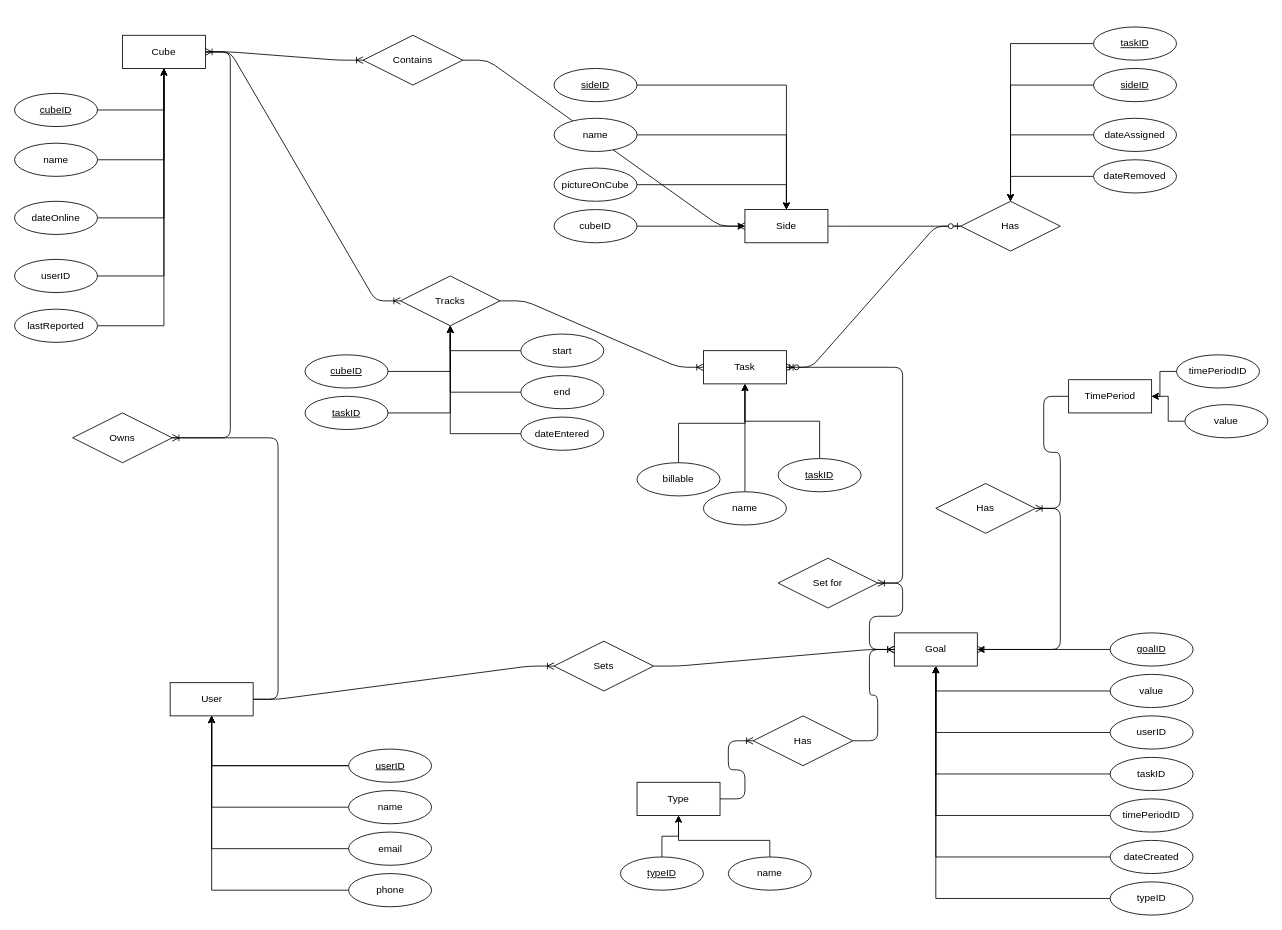
Earlier version of the draw.io diagram DB Class.drawio (diagonalwalnut/COMP3421). Source tidied: cells renumbered, new cells numbered last; positions are measured from the earlier drawing's top-left corner, leaving out a move shared by most shapes. Both pictures are drawn from the tidied source at 83%, with x=0, y=0 at pixel (14, 27).
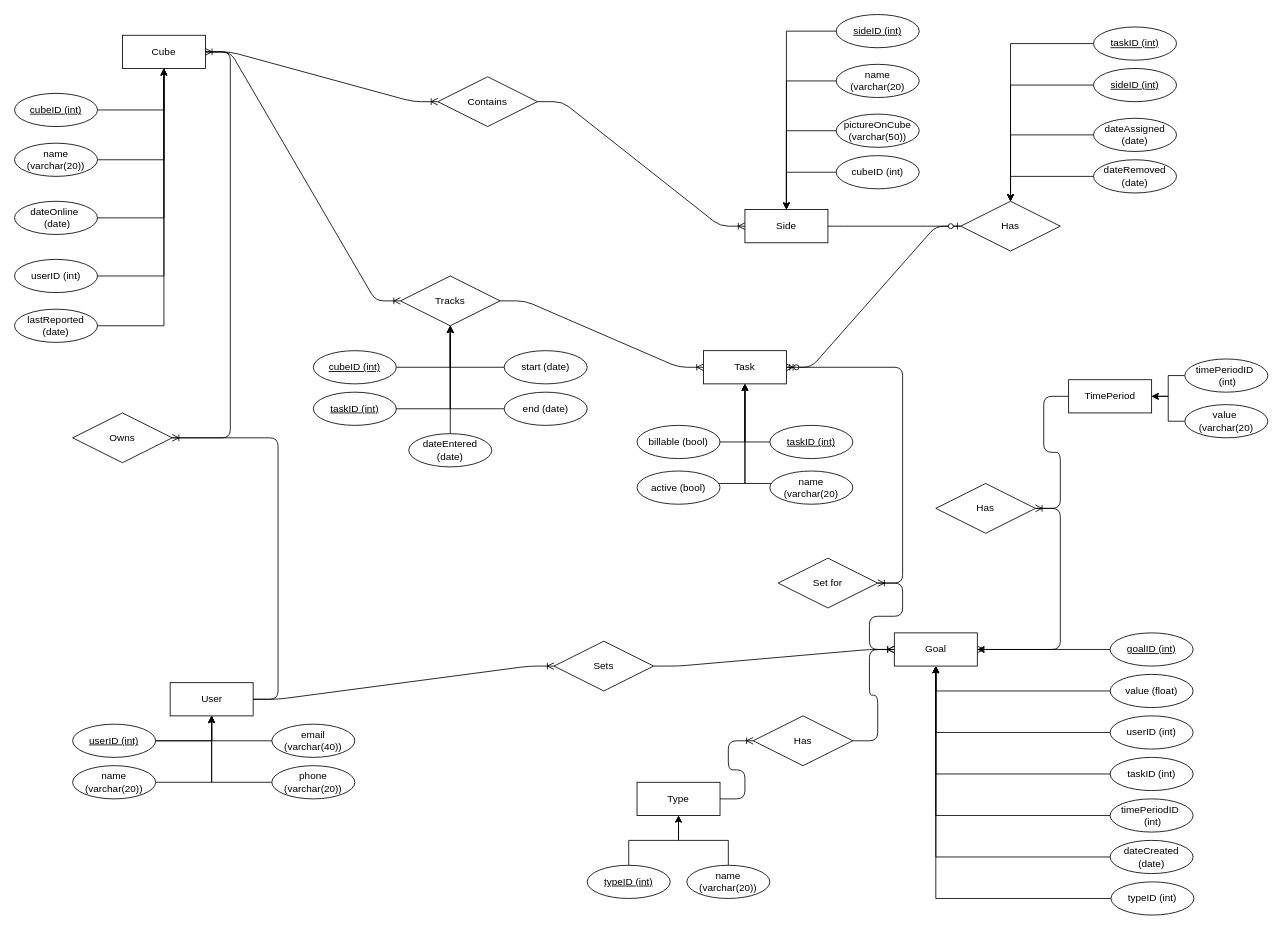
Above is the later version.

The change refers to these unchanged cells:
```xml
<mxCell id="25" value="Task" style="whiteSpace=wrap;html=1;align=center;" parent="1" vertex="1">
  <mxGeometry x="830" y="390" width="100" height="40" as="geometry" />
</mxCell>
<mxCell id="85" value="Type" style="whiteSpace=wrap;html=1;align=center;" parent="1" vertex="1">
  <mxGeometry x="750" y="910" width="100" height="40" as="geometry" />
</mxCell>
```

The edit, as a diff of the source:
```diff
@@
     <mxCell id="11" value="Contains" style="shape=rhombus;perimeter=rhombusPerimeter;whiteSpace=wrap;html=1;align=center;" parent="1" vertex="1">
-      <mxGeometry x="420" y="10" width="120" height="60" as="geometry" />
+      <mxGeometry x="510" y="60" width="120" height="60" as="geometry" />
     </mxCell>
@@
-    <mxCell id="14" value="pictureOnCube" style="ellipse;whiteSpace=wrap;html=1;align=center;" parent="1" vertex="1">
-      <mxGeometry x="650" y="170" width="100" height="40" as="geometry" />
+    <mxCell id="14" value="pictureOnCube (varchar(50))" style="ellipse;whiteSpace=wrap;html=1;align=center;" parent="1" vertex="1">
+      <mxGeometry x="990" y="105" width="100" height="40" as="geometry" />
     </mxCell>
@@
-    <mxCell id="16" value="name" style="ellipse;whiteSpace=wrap;html=1;align=center;" parent="1" vertex="1">
-      <mxGeometry x="650" y="110" width="100" height="40" as="geometry" />
+    <mxCell id="16" value="name (varchar(20)" style="ellipse;whiteSpace=wrap;html=1;align=center;" parent="1" vertex="1">
+      <mxGeometry x="990" y="45" width="100" height="40" as="geometry" />
     </mxCell>
@@
-    <mxCell id="18" value="cubeID" style="ellipse;whiteSpace=wrap;html=1;align=center;" parent="1" vertex="1">
-      <mxGeometry x="650" y="220" width="100" height="40" as="geometry" />
+    <mxCell id="18" value="cubeID (int)" style="ellipse;whiteSpace=wrap;html=1;align=center;" parent="1" vertex="1">
+      <mxGeometry x="990" y="155" width="100" height="40" as="geometry" />
     </mxCell>
@@
-    <mxCell id="21" value="sideID" style="ellipse;whiteSpace=wrap;html=1;align=center;fontStyle=4;" parent="1" vertex="1">
-      <mxGeometry x="650" y="50" width="100" height="40" as="geometry" />
+    <mxCell id="21" value="sideID (int)" style="ellipse;whiteSpace=wrap;html=1;align=center;fontStyle=4;" parent="1" vertex="1">
+      <mxGeometry x="990" y="-15" width="100" height="40" as="geometry" />
     </mxCell>
@@
-    <mxCell id="27" value="end" style="ellipse;whiteSpace=wrap;html=1;align=center;" parent="1" vertex="1">
-      <mxGeometry x="610" y="420" width="100" height="40" as="geometry" />
+    <mxCell id="27" value="end (date)" style="ellipse;whiteSpace=wrap;html=1;align=center;" parent="1" vertex="1">
+      <mxGeometry x="590" y="440" width="100" height="40" as="geometry" />
     </mxCell>
@@
-    <mxCell id="29" value="dateEntered" style="ellipse;whiteSpace=wrap;html=1;align=center;" parent="1" vertex="1">
-      <mxGeometry x="610" y="470" width="100" height="40" as="geometry" />
+    <mxCell id="29" value="dateEntered (date)" style="ellipse;whiteSpace=wrap;html=1;align=center;" parent="1" vertex="1">
+      <mxGeometry x="475" y="490" width="100" height="40" as="geometry" />
     </mxCell>
@@
-    <mxCell id="31" value="start" style="ellipse;whiteSpace=wrap;html=1;align=center;" parent="1" vertex="1">
-      <mxGeometry x="610" y="370" width="100" height="40" as="geometry" />
+    <mxCell id="31" value="start (date)" style="ellipse;whiteSpace=wrap;html=1;align=center;" parent="1" vertex="1">
+      <mxGeometry x="590" y="390" width="100" height="40" as="geometry" />
     </mxCell>
@@
-    <mxCell id="33" value="taskID" style="ellipse;whiteSpace=wrap;html=1;align=center;fontStyle=4;" parent="1" vertex="1">
-      <mxGeometry x="350" y="445" width="100" height="40" as="geometry" />
+    <mxCell id="33" value="taskID (int)" style="ellipse;whiteSpace=wrap;html=1;align=center;fontStyle=4;" parent="1" vertex="1">
+      <mxGeometry x="360" y="440" width="100" height="40" as="geometry" />
     </mxCell>
-    <mxCell id="34" value="cubeID" style="ellipse;whiteSpace=wrap;html=1;align=center;fontStyle=4;" parent="1" vertex="1">
-      <mxGeometry x="350" y="395" width="100" height="40" as="geometry" />
+    <mxCell id="34" value="cubeID (int)" style="ellipse;whiteSpace=wrap;html=1;align=center;fontStyle=4;" parent="1" vertex="1">
+      <mxGeometry x="360" y="390" width="100" height="40" as="geometry" />
     </mxCell>
@@
-    <mxCell id="38" value="name" style="ellipse;whiteSpace=wrap;html=1;align=center;" parent="1" vertex="1">
-      <mxGeometry x="402.5" y="920" width="100" height="40" as="geometry" />
+    <mxCell id="38" value="name (varchar(20))" style="ellipse;whiteSpace=wrap;html=1;align=center;" parent="1" vertex="1">
+      <mxGeometry x="70" y="890" width="100" height="40" as="geometry" />
     </mxCell>
@@
-    <mxCell id="40" value="email" style="ellipse;whiteSpace=wrap;html=1;align=center;" parent="1" vertex="1">
-      <mxGeometry x="402.5" y="970" width="100" height="40" as="geometry" />
+    <mxCell id="40" value="email (varchar(40))" style="ellipse;whiteSpace=wrap;html=1;align=center;" parent="1" vertex="1">
+      <mxGeometry x="310" y="840" width="100" height="40" as="geometry" />
     </mxCell>
@@
-    <mxCell id="42" value="phone" style="ellipse;whiteSpace=wrap;html=1;align=center;" parent="1" vertex="1">
-      <mxGeometry x="402.5" y="1020" width="100" height="40" as="geometry" />
+    <mxCell id="42" value="phone (varchar(20))" style="ellipse;whiteSpace=wrap;html=1;align=center;" parent="1" vertex="1">
+      <mxGeometry x="310" y="890" width="100" height="40" as="geometry" />
     </mxCell>
     <mxCell id="43" style="edgeStyle=orthogonalEdgeStyle;rounded=0;jettySize=auto;html=1;" parent="1" edge="1" source="44" target="25">
-      <mxGeometry relative="1" as="geometry" />
+      <mxGeometry relative="1" as="geometry">
+        <Array as="points">
+          <mxPoint x="880" y="550" />
+        </Array>
+      </mxGeometry>
     </mxCell>
-    <mxCell id="44" value="name" style="ellipse;whiteSpace=wrap;html=1;align=center;" parent="1" vertex="1">
-      <mxGeometry x="830" y="560" width="100" height="40" as="geometry" />
+    <mxCell id="44" value="name (varchar(20)" style="ellipse;whiteSpace=wrap;html=1;align=center;" parent="1" vertex="1">
+      <mxGeometry x="910" y="535" width="100" height="40" as="geometry" />
     </mxCell>
     <mxCell id="45" style="edgeStyle=orthogonalEdgeStyle;rounded=0;jettySize=auto;html=1;" parent="1" edge="1" source="46" target="25">
-      <mxGeometry relative="1" as="geometry" />
+      <mxGeometry relative="1" as="geometry">
+        <Array as="points">
+          <mxPoint x="880" y="500" />
+        </Array>
+      </mxGeometry>
     </mxCell>
-    <mxCell id="46" value="taskID" style="ellipse;whiteSpace=wrap;html=1;align=center;fontStyle=4;" parent="1" vertex="1">
-      <mxGeometry x="920" y="520" width="100" height="40" as="geometry" />
+    <mxCell id="46" value="taskID (int)" style="ellipse;whiteSpace=wrap;html=1;align=center;fontStyle=4;" parent="1" vertex="1">
+      <mxGeometry x="910" y="480" width="100" height="40" as="geometry" />
     </mxCell>
     <mxCell id="47" style="edgeStyle=orthogonalEdgeStyle;rounded=0;jettySize=auto;html=1;" parent="1" edge="1" source="48" target="25">
-      <mxGeometry relative="1" as="geometry" />
+      <mxGeometry relative="1" as="geometry">
+        <Array as="points">
+          <mxPoint x="880" y="500" />
+        </Array>
+      </mxGeometry>
     </mxCell>
-    <mxCell id="48" value="billable" style="ellipse;whiteSpace=wrap;html=1;align=center;" parent="1" vertex="1">
-      <mxGeometry x="750" y="525" width="100" height="40" as="geometry" />
+    <mxCell id="48" value="billable (bool)" style="ellipse;whiteSpace=wrap;html=1;align=center;" parent="1" vertex="1">
+      <mxGeometry x="750" y="480" width="100" height="40" as="geometry" />
     </mxCell>
@@
-    <mxCell id="54" value="cubeID" style="ellipse;whiteSpace=wrap;html=1;align=center;fontStyle=4;" parent="1" vertex="1">
+    <mxCell id="54" value="cubeID (int)" style="ellipse;whiteSpace=wrap;html=1;align=center;fontStyle=4;" parent="1" vertex="1">
       <mxGeometry y="80" width="100" height="40" as="geometry" />
     </mxCell>
-    <mxCell id="55" value="name" style="ellipse;whiteSpace=wrap;html=1;align=center;" parent="1" vertex="1">
+    <mxCell id="55" value="name (varchar(20))" style="ellipse;whiteSpace=wrap;html=1;align=center;" parent="1" vertex="1">
       <mxGeometry y="140" width="100" height="40" as="geometry" />
     </mxCell>
-    <mxCell id="56" value="dateOnline" style="ellipse;whiteSpace=wrap;html=1;align=center;" parent="1" vertex="1">
+    <mxCell id="56" value="dateOnline&amp;nbsp; &amp;nbsp;(date)" style="ellipse;whiteSpace=wrap;html=1;align=center;" parent="1" vertex="1">
       <mxGeometry y="210" width="100" height="40" as="geometry" />
     </mxCell>
-    <mxCell id="57" value="userID" style="ellipse;whiteSpace=wrap;html=1;align=center;" parent="1" vertex="1">
+    <mxCell id="57" value="userID (int)" style="ellipse;whiteSpace=wrap;html=1;align=center;" parent="1" vertex="1">
       <mxGeometry y="280" width="100" height="40" as="geometry" />
     </mxCell>
-    <mxCell id="58" value="lastReported" style="ellipse;whiteSpace=wrap;html=1;align=center;" parent="1" vertex="1">
+    <mxCell id="58" value="lastReported (date)" style="ellipse;whiteSpace=wrap;html=1;align=center;" parent="1" vertex="1">
       <mxGeometry y="340" width="100" height="40" as="geometry" />
     </mxCell>
-    <mxCell id="59" value="userID" style="ellipse;whiteSpace=wrap;html=1;align=center;fontStyle=4;" parent="1" vertex="1">
-      <mxGeometry x="402.5" y="870" width="100" height="40" as="geometry" />
+    <mxCell id="59" value="userID (int)" style="ellipse;whiteSpace=wrap;html=1;align=center;fontStyle=4;" parent="1" vertex="1">
+      <mxGeometry x="70" y="840" width="100" height="40" as="geometry" />
     </mxCell>
@@
-    <mxCell id="62" value="sideID" style="ellipse;whiteSpace=wrap;html=1;align=center;fontStyle=4;" parent="1" vertex="1">
+    <mxCell id="62" value="sideID (int)" style="ellipse;whiteSpace=wrap;html=1;align=center;fontStyle=4;" parent="1" vertex="1">
       <mxGeometry x="1300" y="50" width="100" height="40" as="geometry" />
     </mxCell>
@@
-    <mxCell id="64" value="taskID" style="ellipse;whiteSpace=wrap;html=1;align=center;fontStyle=4;" parent="1" vertex="1">
+    <mxCell id="64" value="taskID (int)" style="ellipse;whiteSpace=wrap;html=1;align=center;fontStyle=4;" parent="1" vertex="1">
       <mxGeometry x="1300" width="100" height="40" as="geometry" />
     </mxCell>
@@
-    <mxCell id="66" value="dateRemoved" style="ellipse;whiteSpace=wrap;html=1;align=center;" parent="1" vertex="1">
+    <mxCell id="66" value="dateRemoved (date)" style="ellipse;whiteSpace=wrap;html=1;align=center;" parent="1" vertex="1">
       <mxGeometry x="1300" y="160" width="100" height="40" as="geometry" />
     </mxCell>
@@
-    <mxCell id="68" value="dateAssigned" style="ellipse;whiteSpace=wrap;html=1;align=center;" parent="1" vertex="1">
+    <mxCell id="68" value="dateAssigned (date)" style="ellipse;whiteSpace=wrap;html=1;align=center;" parent="1" vertex="1">
       <mxGeometry x="1300" y="110" width="100" height="40" as="geometry" />
     </mxCell>
@@
-    <mxCell id="71" value="goalID" style="ellipse;whiteSpace=wrap;html=1;align=center;fontStyle=4;" parent="1" vertex="1">
+    <mxCell id="71" value="goalID (int)" style="ellipse;whiteSpace=wrap;html=1;align=center;fontStyle=4;" parent="1" vertex="1">
       <mxGeometry x="1320" y="730" width="100" height="40" as="geometry" />
     </mxCell>
@@
-    <mxCell id="73" value="userID" style="ellipse;whiteSpace=wrap;html=1;align=center;" parent="1" vertex="1">
+    <mxCell id="73" value="userID (int)" style="ellipse;whiteSpace=wrap;html=1;align=center;" parent="1" vertex="1">
       <mxGeometry x="1320" y="830" width="100" height="40" as="geometry" />
     </mxCell>
@@
-    <mxCell id="75" value="taskID" style="ellipse;whiteSpace=wrap;html=1;align=center;" parent="1" vertex="1">
+    <mxCell id="75" value="taskID (int)" style="ellipse;whiteSpace=wrap;html=1;align=center;" parent="1" vertex="1">
       <mxGeometry x="1320" y="880" width="100" height="40" as="geometry" />
     </mxCell>
@@
-    <mxCell id="77" value="timePeriodID" style="ellipse;whiteSpace=wrap;html=1;align=center;" parent="1" vertex="1">
+    <mxCell id="77" value="timePeriodID&amp;nbsp; &amp;nbsp;(int)" style="ellipse;whiteSpace=wrap;html=1;align=center;" parent="1" vertex="1">
       <mxGeometry x="1320" y="930" width="100" height="40" as="geometry" />
     </mxCell>
@@
-    <mxCell id="79" value="value" style="ellipse;whiteSpace=wrap;html=1;align=center;" parent="1" vertex="1">
+    <mxCell id="79" value="value (float)" style="ellipse;whiteSpace=wrap;html=1;align=center;" parent="1" vertex="1">
       <mxGeometry x="1320" y="780" width="100" height="40" as="geometry" />
     </mxCell>
@@
-    <mxCell id="81" value="dateCreated" style="ellipse;whiteSpace=wrap;html=1;align=center;" parent="1" vertex="1">
+    <mxCell id="81" value="dateCreated (date)" style="ellipse;whiteSpace=wrap;html=1;align=center;" parent="1" vertex="1">
       <mxGeometry x="1320" y="980" width="100" height="40" as="geometry" />
     </mxCell>
@@
-    <mxCell id="90" value="typeID" style="ellipse;whiteSpace=wrap;html=1;align=center;fontStyle=4;" parent="1" vertex="1">
-      <mxGeometry x="730" y="1000" width="100" height="40" as="geometry" />
+    <mxCell id="90" value="typeID (int)" style="ellipse;whiteSpace=wrap;html=1;align=center;fontStyle=4;" parent="1" vertex="1">
+      <mxGeometry x="690" y="1010" width="100" height="40" as="geometry" />
     </mxCell>
     <mxCell id="91" style="edgeStyle=orthogonalEdgeStyle;rounded=0;jettySize=auto;html=1;" parent="1" edge="1" source="92" target="85">
-      <mxGeometry relative="1" as="geometry">
-        <Array as="points">
-          <mxPoint x="910" y="980" />
-          <mxPoint x="800" y="980" />
-        </Array>
-      </mxGeometry>
+      <mxGeometry relative="1" as="geometry" />
     </mxCell>
-    <mxCell id="92" value="name" style="ellipse;whiteSpace=wrap;html=1;align=center;" parent="1" vertex="1">
-      <mxGeometry x="860" y="1000" width="100" height="40" as="geometry" />
+    <mxCell id="92" value="name (varchar(20))" style="ellipse;whiteSpace=wrap;html=1;align=center;" parent="1" vertex="1">
+      <mxGeometry x="810" y="1010" width="100" height="40" as="geometry" />
     </mxCell>
@@
-    <mxCell id="94" value="typeID" style="ellipse;whiteSpace=wrap;html=1;align=center;" parent="1" vertex="1">
-      <mxGeometry x="1320" y="1030" width="100" height="40" as="geometry" />
+    <mxCell id="94" value="typeID (int)" style="ellipse;whiteSpace=wrap;html=1;align=center;" parent="1" vertex="1">
+      <mxGeometry x="1321" y="1030" width="100" height="40" as="geometry" />
     </mxCell>
@@
-    <mxCell id="97" value="value" style="ellipse;whiteSpace=wrap;html=1;align=center;" parent="1" vertex="1">
+    <mxCell id="97" value="value&amp;nbsp; (varchar(20)" style="ellipse;whiteSpace=wrap;html=1;align=center;" parent="1" vertex="1">
       <mxGeometry x="1410" y="455" width="100" height="40" as="geometry" />
     </mxCell>
@@
-    <mxCell id="99" value="timePeriodID" style="ellipse;whiteSpace=wrap;html=1;align=center;" parent="1" vertex="1">
-      <mxGeometry x="1400" y="395" width="100" height="40" as="geometry" />
+    <mxCell id="99" value="timePeriodID&amp;nbsp; &amp;nbsp;(int)" style="ellipse;whiteSpace=wrap;html=1;align=center;" parent="1" vertex="1">
+      <mxGeometry x="1410" y="400" width="100" height="40" as="geometry" />
     </mxCell>
@@
+    <mxCell id="106" style="edgeStyle=orthogonalEdgeStyle;rounded=0;jettySize=auto;html=1;" parent="1" edge="1" source="107" target="25">
+      <mxGeometry relative="1" as="geometry">
+        <Array as="points">
+          <mxPoint x="880" y="550" />
+        </Array>
+      </mxGeometry>
+    </mxCell>
+    <mxCell id="107" value="active (bool)" style="ellipse;whiteSpace=wrap;html=1;align=center;" parent="1" vertex="1">
+      <mxGeometry x="750" y="535" width="100" height="40" as="geometry" />
+    </mxCell>
```
